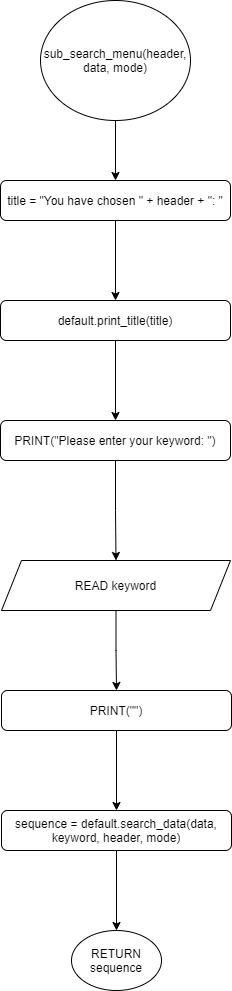
RabbitBear00/Car-Rental-System keeps this draw.io diagram as Flowchart/clients/sub_search_menu.png. Above is the earlier version. Source tidied: cells renumbered, new cells last; positions are measured from the earlier drawing's top-left corner, leaving out a move shared by most shapes.
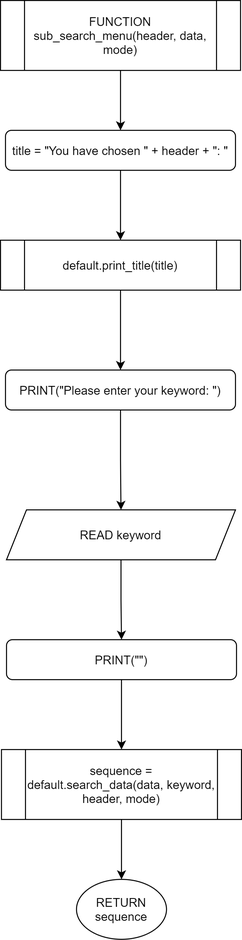
Later version of the same file.

Diff of the diagram source:
```diff
@@ -2,24 +2,12 @@
   <root>
     <mxCell id="0" />
     <mxCell id="1" parent="0" />
-    <mxCell id="2" style="edgeStyle=orthogonalEdgeStyle;rounded=0;jettySize=auto;html=1;" parent="1" edge="1" source="3" target="5">
-      <mxGeometry relative="1" as="geometry" />
-    </mxCell>
-    <mxCell id="3" value="sub_search_menu(header, data, mode)" style="ellipse;whiteSpace=wrap;html=1;" parent="1" vertex="1">
-      <mxGeometry x="40" width="150" height="120" as="geometry" />
-    </mxCell>
-    <mxCell id="4" style="edgeStyle=orthogonalEdgeStyle;rounded=0;jettySize=auto;html=1;" parent="1" edge="1" source="5" target="7">
+    <mxCell id="4" style="edgeStyle=orthogonalEdgeStyle;rounded=0;jettySize=auto;html=1;endArrow=classic;endFill=1;" parent="1" edge="1" source="5" target="7">
       <mxGeometry relative="1" as="geometry" />
     </mxCell>
     <mxCell id="5" value="title = &quot;You have chosen &quot; + header + &quot;: &quot;" style="rounded=1;whiteSpace=wrap;html=1;" parent="1" vertex="1">
       <mxGeometry y="180" width="230" height="40" as="geometry" />
     </mxCell>
-    <mxCell id="6" style="edgeStyle=orthogonalEdgeStyle;rounded=0;jettySize=auto;html=1;" parent="1" edge="1" source="7" target="9">
-      <mxGeometry relative="1" as="geometry" />
-    </mxCell>
-    <mxCell id="7" value="default.print_title(title)" style="rounded=1;whiteSpace=wrap;html=1;" parent="1" vertex="1">
-      <mxGeometry y="300" width="230" height="40" as="geometry" />
-    </mxCell>
     <mxCell id="8" style="edgeStyle=orthogonalEdgeStyle;rounded=0;jettySize=auto;html=1;" parent="1" edge="1" source="9" target="11">
       <mxGeometry relative="1" as="geometry" />
     </mxCell>
@@ -32,20 +20,32 @@
     <mxCell id="11" value="READ keyword" style="shape=parallelogram;perimeter=parallelogramPerimeter;whiteSpace=wrap;html=1;fixedSize=1;" parent="1" vertex="1">
       <mxGeometry x="1" y="560" width="229" height="50" as="geometry" />
     </mxCell>
-    <mxCell id="12" style="edgeStyle=orthogonalEdgeStyle;rounded=0;jettySize=auto;html=1;" parent="1" edge="1" source="13" target="15">
+    <mxCell id="12" style="edgeStyle=orthogonalEdgeStyle;rounded=0;jettySize=auto;html=1;endArrow=classic;endFill=1;" parent="1" edge="1" source="13" target="15">
       <mxGeometry relative="1" as="geometry" />
     </mxCell>
     <mxCell id="13" value="PRINT(&quot;&quot;)" style="rounded=1;whiteSpace=wrap;html=1;" parent="1" vertex="1">
       <mxGeometry x="1" y="690" width="230" height="40" as="geometry" />
     </mxCell>
+    <mxCell id="16" value="RETURN sequence" style="ellipse;whiteSpace=wrap;html=1;" parent="1" vertex="1">
+      <mxGeometry x="71" y="930" width="90" height="60" as="geometry" />
+    </mxCell>
+    <mxCell id="17" style="edgeStyle=orthogonalEdgeStyle;rounded=0;jettySize=auto;html=1;endArrow=classic;endFill=1;" parent="1" edge="1" source="18" target="5">
+      <mxGeometry relative="1" as="geometry" />
+    </mxCell>
+    <mxCell id="18" value="FUNCTION sub_search_menu(header, data, mode)" style="shape=process;whiteSpace=wrap;html=1;backgroundOutline=1;" parent="1" vertex="1">
+      <mxGeometry x="-5" y="50" width="240" height="70" as="geometry" />
+    </mxCell>
+    <mxCell id="6" style="edgeStyle=orthogonalEdgeStyle;rounded=0;jettySize=auto;html=1;endArrow=classic;endFill=1;" parent="1" edge="1" source="7" target="9">
+      <mxGeometry relative="1" as="geometry" />
+    </mxCell>
+    <mxCell id="7" value="default.print_title(title)" style="shape=process;whiteSpace=wrap;html=1;backgroundOutline=1;" parent="1" vertex="1">
+      <mxGeometry x="-5" y="290" width="240" height="50" as="geometry" />
+    </mxCell>
-    <mxCell id="14" style="edgeStyle=orthogonalEdgeStyle;rounded=0;jettySize=auto;html=1;" parent="1" edge="1" source="15" target="16">
+    <mxCell id="14" style="edgeStyle=orthogonalEdgeStyle;rounded=0;jettySize=auto;html=1;endArrow=classic;endFill=1;" parent="1" edge="1" source="15" target="16">
       <mxGeometry relative="1" as="geometry" />
     </mxCell>
-    <mxCell id="15" value="sequence = default.search_data(data, keyword, header, mode)" style="rounded=1;whiteSpace=wrap;html=1;" parent="1" vertex="1">
-      <mxGeometry x="1" y="810" width="230" height="40" as="geometry" />
+    <mxCell id="15" value="sequence = default.search_data(data, keyword, header, mode)" style="shape=process;whiteSpace=wrap;html=1;backgroundOutline=1;" parent="1" vertex="1">
+      <mxGeometry x="-4" y="800" width="240" height="70" as="geometry" />
     </mxCell>
-    <mxCell id="16" value="RETURN sequence" style="ellipse;whiteSpace=wrap;html=1;" parent="1" vertex="1">
-      <mxGeometry x="71" y="930" width="90" height="60" as="geometry" />
-    </mxCell>
   </root>
 </mxGraphModel>
```
